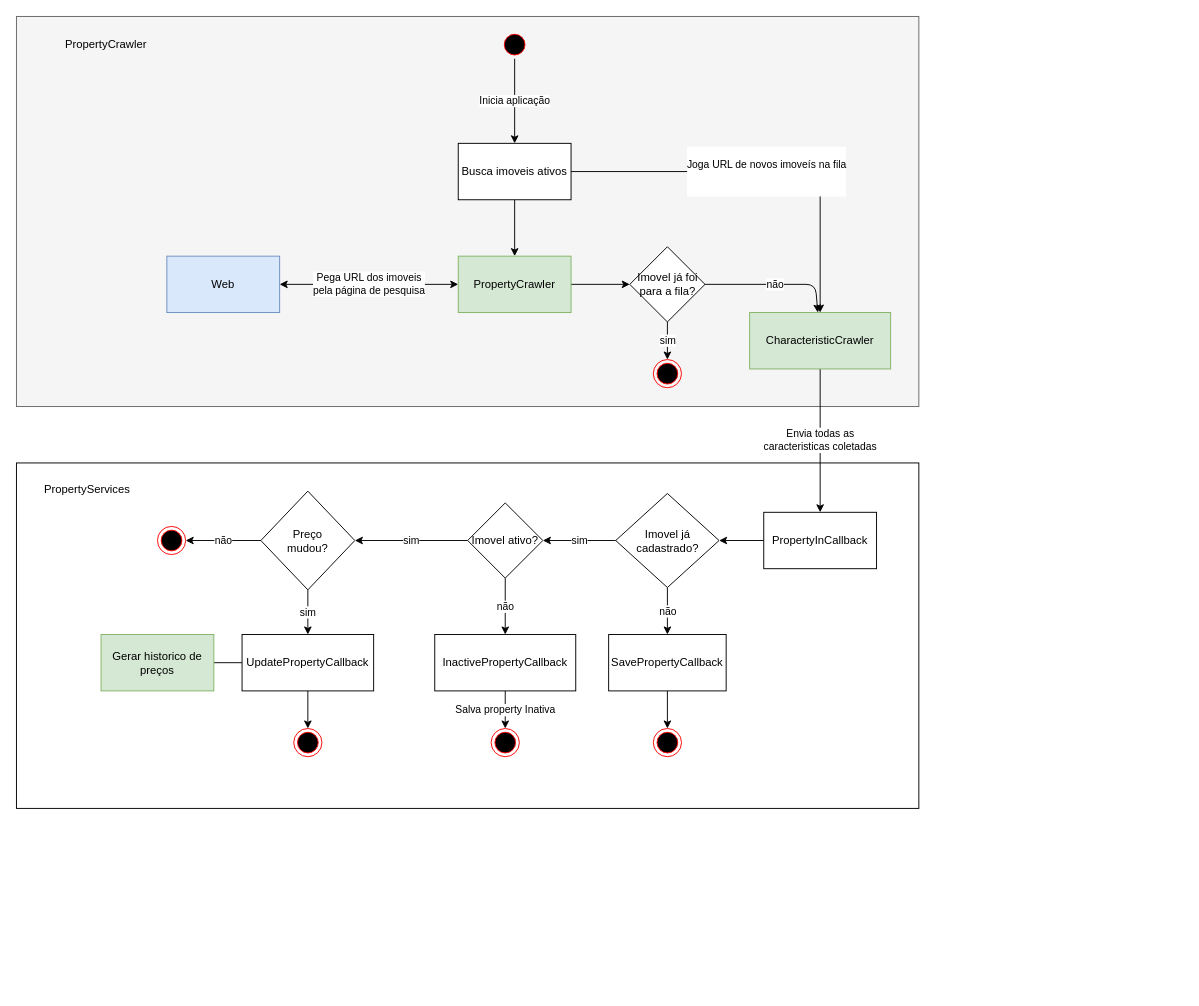
thomas-michels/PropertyCrawler keeps this draw.io diagram as docs/arch.drawio. Above is the earlier version. Source tidied: cells renumbered, new cells numbered last; positions are measured from the earlier drawing's top-left corner, leaving out a move shared by most shapes. Both pictures are drawn from the tidied source at 94%, with x=0, y=0 at pixel (16, 16).
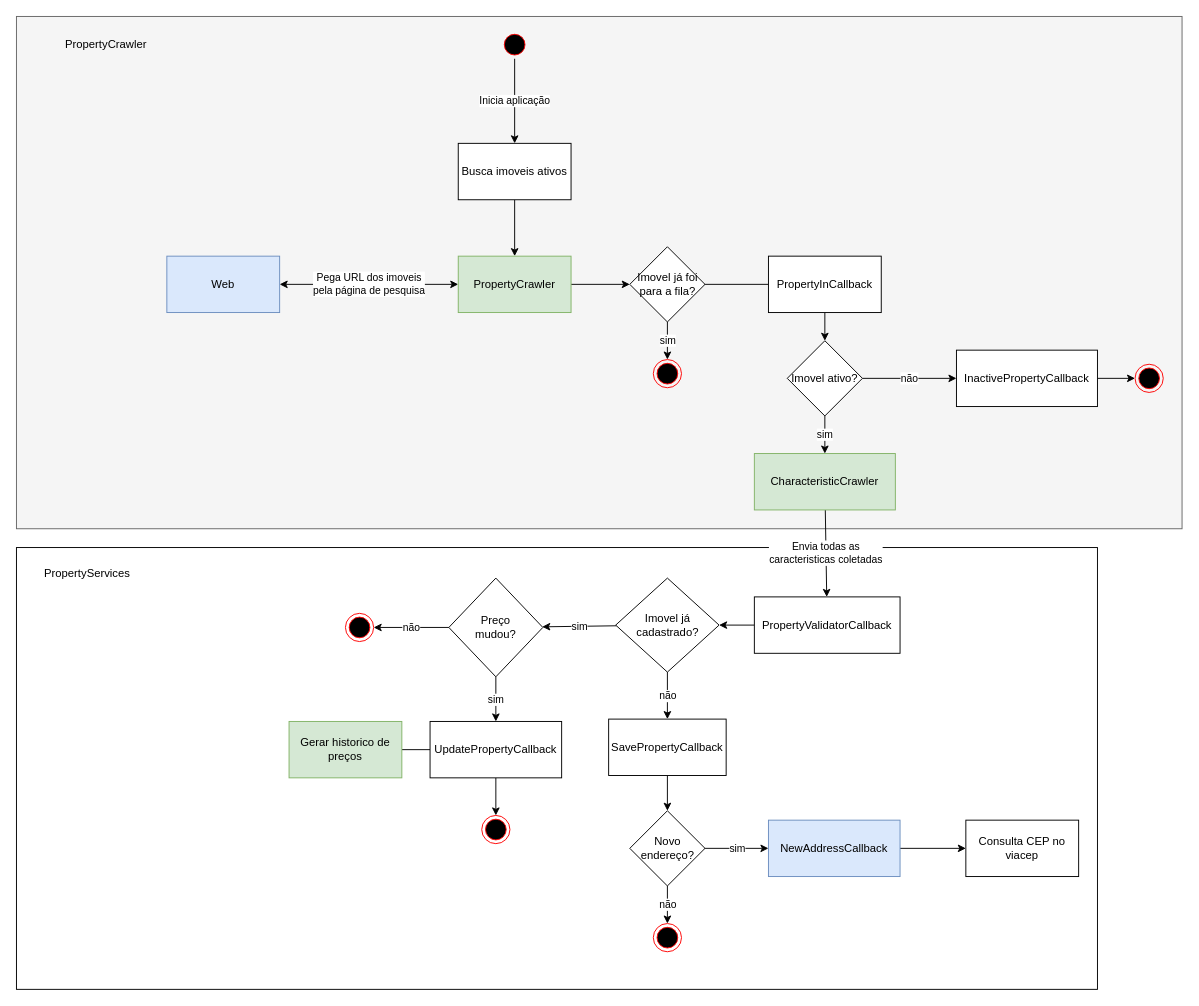
After the change.

The change refers to these unchanged cells:
```xml
<mxCell id="37" value="Busca imoveis ativos" style="whiteSpace=wrap;html=1;" parent="1" vertex="1">
  <mxGeometry x="470" y="135" width="120" height="60" as="geometry" />
</mxCell>
<mxCell id="40" value="Imovel já foi para a fila?" style="rhombus;whiteSpace=wrap;html=1;" parent="1" vertex="1">
  <mxGeometry x="652.5" y="245" width="80" height="80" as="geometry" />
</mxCell>
```

The edit, as a diff of the source:
```diff
@@
     <mxCell id="2" style="whiteSpace=wrap;html=1;fillColor=#f5f5f5;fontColor=#333333;strokeColor=#666666;" parent="1" vertex="1">
-      <mxGeometry width="960" height="415" as="geometry" />
+      <mxGeometry width="1240" height="545" as="geometry" />
     </mxCell>
     <mxCell id="3" style="whiteSpace=wrap;html=1;" parent="1" vertex="1">
-      <mxGeometry y="475" width="960" height="367.5" as="geometry" />
+      <mxGeometry y="565" width="1150" height="470" as="geometry" />
     </mxCell>
@@
     <mxCell id="9" value="CharacteristicCrawler" style="whiteSpace=wrap;html=1;fillColor=#d5e8d4;strokeColor=#82b366;" parent="1" vertex="1">
-      <mxGeometry x="780" y="315" width="150" height="60" as="geometry" />
+      <mxGeometry x="785" y="465" width="150" height="60" as="geometry" />
     </mxCell>
-    <mxCell id="10" style="edgeStyle=none;html=1;startArrow=none;startFill=0;endArrow=classic;endFill=1;" parent="1" edge="1" source="11" target="34">
-      <mxGeometry relative="1" as="geometry" />
-    </mxCell>
+    <mxCell id="44" style="edgeStyle=none;html=1;" parent="1" edge="1" source="11" target="51">
+      <mxGeometry relative="1" as="geometry" />
+    </mxCell>
     <mxCell id="11" value="SavePropertyCallback" style="whiteSpace=wrap;html=1;" parent="1" vertex="1">
-      <mxGeometry x="630" y="657.5" width="125" height="60" as="geometry" />
+      <mxGeometry x="630" y="747.5" width="125" height="60" as="geometry" />
     </mxCell>
@@
-    <mxCell id="13" value="sim" style="edgeStyle=none;html=1;startArrow=none;startFill=0;endArrow=classic;endFill=1;" parent="1" edge="1" source="14" target="17">
-      <mxGeometry relative="1" as="geometry" />
-    </mxCell>
+    <mxCell id="45" value="sim" style="edgeStyle=none;html=1;" parent="1" edge="1" source="14" target="27">
+      <mxGeometry relative="1" as="geometry" />
+    </mxCell>
     <mxCell id="14" value="Imovel já cadastrado?" style="rhombus;whiteSpace=wrap;html=1;" parent="1" vertex="1">
-      <mxGeometry x="637.5" y="507.5" width="110" height="100" as="geometry" />
+      <mxGeometry x="637.5" y="597.5" width="110" height="100" as="geometry" />
     </mxCell>
@@
-    <mxCell id="16" value="sim" style="edgeStyle=none;html=1;startArrow=none;startFill=0;endArrow=classic;endFill=1;" parent="1" edge="1" source="17" target="27">
-      <mxGeometry relative="1" as="geometry" />
-    </mxCell>
+    <mxCell id="46" value="sim" style="edgeStyle=none;html=1;" parent="1" edge="1" source="17" target="9">
+      <mxGeometry relative="1" as="geometry" />
+    </mxCell>
     <mxCell id="17" value="Imovel ativo?" style="rhombus;whiteSpace=wrap;html=1;" parent="1" vertex="1">
-      <mxGeometry x="480" y="517.5" width="80" height="80" as="geometry" />
+      <mxGeometry x="820" y="345" width="80" height="80" as="geometry" />
     </mxCell>
-    <mxCell id="18" value="Salva property Inativa" style="edgeStyle=none;html=1;startArrow=none;startFill=0;endArrow=classic;endFill=1;" parent="1" edge="1" source="19" target="20">
+    <mxCell id="18" style="edgeStyle=none;html=1;" parent="1" edge="1" source="19" target="20">
       <mxGeometry relative="1" as="geometry" />
     </mxCell>
     <mxCell id="19" value="InactivePropertyCallback" style="whiteSpace=wrap;html=1;" parent="1" vertex="1">
-      <mxGeometry x="445" y="657.5" width="150" height="60" as="geometry" />
+      <mxGeometry x="1000" y="355" width="150" height="60" as="geometry" />
     </mxCell>
     <mxCell id="20" style="ellipse;html=1;shape=endState;fillColor=#000000;strokeColor=#ff0000;" parent="1" vertex="1">
-      <mxGeometry x="505" y="757.5" width="30" height="30" as="geometry" />
+      <mxGeometry x="1190" y="370" width="30" height="30" as="geometry" />
     </mxCell>
@@
-    <mxCell id="24" value="PropertyInCallback" style="whiteSpace=wrap;html=1;" parent="1" vertex="1">
-      <mxGeometry x="795" y="527.5" width="120" height="60" as="geometry" />
+    <mxCell id="24" value="PropertyValidatorCallback" style="whiteSpace=wrap;html=1;" parent="1" vertex="1">
+      <mxGeometry x="785" y="617.5" width="155" height="60" as="geometry" />
     </mxCell>
@@
     <mxCell id="27" value="Preço&lt;br&gt;mudou?" style="rhombus;whiteSpace=wrap;html=1;" parent="1" vertex="1">
-      <mxGeometry x="260" y="505" width="100" height="105" as="geometry" />
+      <mxGeometry x="460" y="597.5" width="100" height="105" as="geometry" />
     </mxCell>
     <mxCell id="28" style="ellipse;html=1;shape=endState;fillColor=#000000;strokeColor=#ff0000;" parent="1" vertex="1">
-      <mxGeometry x="150" y="542.5" width="30" height="30" as="geometry" />
+      <mxGeometry x="350" y="635" width="30" height="30" as="geometry" />
     </mxCell>
@@
     <mxCell id="31" value="UpdatePropertyCallback" style="whiteSpace=wrap;html=1;" parent="1" vertex="1">
-      <mxGeometry x="240" y="657.5" width="140" height="60" as="geometry" />
+      <mxGeometry x="440" y="750" width="140" height="60" as="geometry" />
     </mxCell>
     <mxCell id="32" value="Gerar historico de preços" style="whiteSpace=wrap;html=1;fillColor=#d5e8d4;strokeColor=#82b366;" parent="1" vertex="1">
-      <mxGeometry x="90" y="657.5" width="120" height="60" as="geometry" />
+      <mxGeometry x="290" y="750" width="120" height="60" as="geometry" />
     </mxCell>
     <mxCell id="33" style="ellipse;html=1;shape=endState;fillColor=#000000;strokeColor=#ff0000;" parent="1" vertex="1">
-      <mxGeometry x="295" y="757.5" width="30" height="30" as="geometry" />
+      <mxGeometry x="495" y="850" width="30" height="30" as="geometry" />
     </mxCell>
-    <mxCell id="34" style="ellipse;html=1;shape=endState;fillColor=#000000;strokeColor=#ff0000;" parent="1" vertex="1">
-      <mxGeometry x="677.5" y="757.5" width="30" height="30" as="geometry" />
-    </mxCell>
@@
-    <mxCell id="36" value="&#10;&lt;span style=&quot;color: rgb(0, 0, 0); font-family: Helvetica; font-size: 11px; font-style: normal; font-variant-ligatures: normal; font-variant-caps: normal; font-weight: 400; letter-spacing: normal; orphans: 2; text-align: center; text-indent: 0px; text-transform: none; widows: 2; word-spacing: 0px; -webkit-text-stroke-width: 0px; background-color: rgb(255, 255, 255); text-decoration-thickness: initial; text-decoration-style: initial; text-decoration-color: initial; float: none; display: inline !important;&quot;&gt;Joga URL de novos imoveís na fila&lt;/span&gt;&#10;&#10;" style="edgeStyle=none;html=1;startArrow=none;startFill=0;endArrow=classic;endFill=1;" parent="1" edge="1" source="37" target="9">
-      <mxGeometry relative="1" as="geometry">
-        <Array as="points">
-          <mxPoint x="855" y="165" />
-        </Array>
-      </mxGeometry>
-    </mxCell>
@@
-    <mxCell id="38" value="não" style="edgeStyle=none;html=1;startArrow=none;startFill=0;endArrow=classic;endFill=1;" parent="1" edge="1" source="40" target="9">
-      <mxGeometry relative="1" as="geometry">
-        <Array as="points">
-          <mxPoint x="850" y="285" />
-        </Array>
-      </mxGeometry>
-    </mxCell>
@@
     <mxCell id="43" value="PropertyServices" style="text;html=1;align=center;verticalAlign=middle;strokeColor=none;fillColor=none;" parent="1" vertex="1">
-      <mxGeometry x="20" y="487.5" width="110" height="30" as="geometry" />
+      <mxGeometry x="20" y="577.5" width="110" height="30" as="geometry" />
     </mxCell>
+    <mxCell id="47" style="edgeStyle=none;html=1;startArrow=none;startFill=0;endArrow=none;endFill=1;" parent="1" edge="1" source="40" target="49">
+      <mxGeometry relative="1" as="geometry" />
+    </mxCell>
+    <mxCell id="48" style="edgeStyle=none;html=1;" parent="1" edge="1" source="49" target="17">
+      <mxGeometry relative="1" as="geometry" />
+    </mxCell>
+    <mxCell id="49" value="PropertyInCallback" style="whiteSpace=wrap;html=1;" parent="1" vertex="1">
+      <mxGeometry x="800" y="255" width="120" height="60" as="geometry" />
+    </mxCell>
+    <mxCell id="50" value="sim" style="edgeStyle=none;html=1;" parent="1" edge="1" source="51" target="53">
+      <mxGeometry relative="1" as="geometry" />
+    </mxCell>
+    <mxCell id="38" value="não" style="edgeStyle=none;html=1;" parent="1" edge="1" source="51" target="55">
+      <mxGeometry relative="1" as="geometry" />
+    </mxCell>
+    <mxCell id="51" value="Novo endereço?" style="rhombus;whiteSpace=wrap;html=1;" parent="1" vertex="1">
+      <mxGeometry x="652.5" y="845" width="80" height="80" as="geometry" />
+    </mxCell>
+    <mxCell id="52" style="edgeStyle=none;html=1;" parent="1" edge="1" source="53" target="54">
+      <mxGeometry relative="1" as="geometry" />
+    </mxCell>
+    <mxCell id="53" value="NewAddressCallback" style="whiteSpace=wrap;html=1;fillColor=#dae8fc;strokeColor=#6c8ebf;" parent="1" vertex="1">
+      <mxGeometry x="800" y="855" width="140" height="60" as="geometry" />
+    </mxCell>
+    <mxCell id="54" value="Consulta CEP no viacep" style="whiteSpace=wrap;html=1;" parent="1" vertex="1">
+      <mxGeometry x="1010" y="855" width="120" height="60" as="geometry" />
+    </mxCell>
+    <mxCell id="55" style="ellipse;html=1;shape=endState;fillColor=#000000;strokeColor=#ff0000;" parent="1" vertex="1">
+      <mxGeometry x="677.5" y="965" width="30" height="30" as="geometry" />
+    </mxCell>
```
